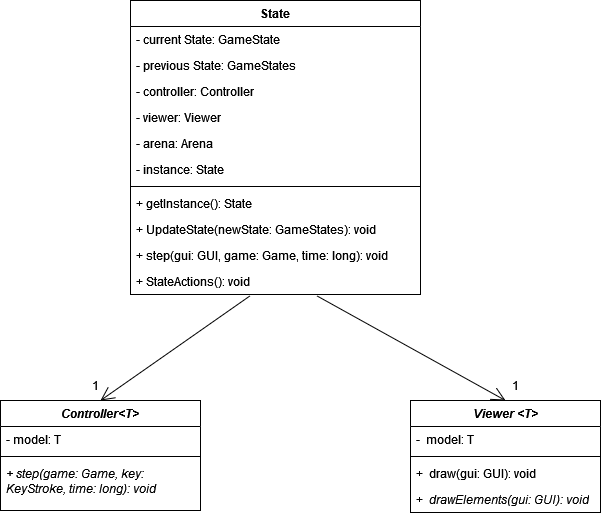
FEUP-LDTS-2023/project-l04gr03 keeps this draw.io diagram as docs/Images_UML/State_Pattern.png. Above is the earlier version. Source tidied: cells renumbered, new cells last; positions are measured from the earlier drawing's top-left corner, leaving out a move shared by most shapes.
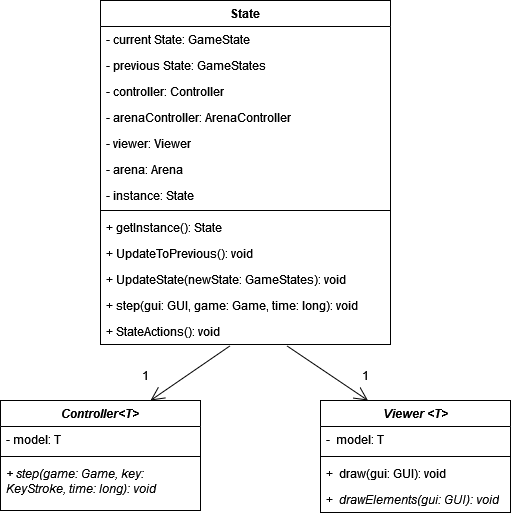
After the commit.

Commit message:
Updating pattern umls for final delivery.

Change to the diagram source:
```diff
@@ -3,7 +3,7 @@
     <mxCell id="0" />
     <mxCell id="1" parent="0" />
     <mxCell id="2" value="State" style="swimlane;fontStyle=1;align=center;verticalAlign=top;horizontal=1;startSize=26;whiteSpace=wrap;html=1;" parent="1" vertex="1">
-      <mxGeometry x="130" width="290" height="294" as="geometry" />
+      <mxGeometry x="130" width="290" height="344" as="geometry" />
     </mxCell>
     <mxCell id="3" value="- current State: GameState&lt;span style=&quot;white-space: pre;&quot;&gt;&#9;&lt;/span&gt;" style="text;strokeColor=none;fillColor=none;align=left;verticalAlign=top;spacingLeft=4;spacingRight=4;overflow=hidden;whiteSpace=wrap;html=1;" parent="2" vertex="1">
       <mxGeometry y="26" width="290" height="26" as="geometry" />
@@ -14,32 +14,38 @@
     <mxCell id="5" value="- controller: Controller" style="text;strokeColor=none;fillColor=none;align=left;verticalAlign=top;spacingLeft=4;spacingRight=4;overflow=hidden;whiteSpace=wrap;html=1;" parent="2" vertex="1">
       <mxGeometry y="78" width="290" height="26" as="geometry" />
     </mxCell>
+    <mxCell id="27" value="- arenaController: ArenaController" style="text;strokeColor=none;fillColor=none;align=left;verticalAlign=top;spacingLeft=4;spacingRight=4;overflow=hidden;whiteSpace=wrap;html=1;" parent="2" vertex="1">
+      <mxGeometry y="104" width="290" height="26" as="geometry" />
+    </mxCell>
     <mxCell id="6" value="- viewer: Viewer" style="text;strokeColor=none;fillColor=none;align=left;verticalAlign=top;spacingLeft=4;spacingRight=4;overflow=hidden;whiteSpace=wrap;html=1;" parent="2" vertex="1">
-      <mxGeometry y="104" width="290" height="26" as="geometry" />
+      <mxGeometry y="130" width="290" height="26" as="geometry" />
     </mxCell>
     <mxCell id="7" value="- arena: Arena" style="text;strokeColor=none;fillColor=none;align=left;verticalAlign=top;spacingLeft=4;spacingRight=4;overflow=hidden;whiteSpace=wrap;html=1;" parent="2" vertex="1">
-      <mxGeometry y="130" width="290" height="26" as="geometry" />
+      <mxGeometry y="156" width="290" height="26" as="geometry" />
     </mxCell>
-    <mxCell id="8" value="- instance: State" style="text;strokeColor=none;fillColor=none;align=left;verticalAlign=top;spacingLeft=4;spacingRight=4;overflow=hidden;whiteSpace=wrap;html=1;" parent="2" vertex="1">
-      <mxGeometry y="156" width="290" height="26" as="geometry" />
+    <mxCell id="8" value="&lt;div&gt;- instance: State&lt;/div&gt;&lt;div&gt;&lt;br&gt;&lt;/div&gt;&lt;div&gt;&lt;br&gt;&lt;/div&gt;" style="text;strokeColor=none;fillColor=none;align=left;verticalAlign=top;spacingLeft=4;spacingRight=4;overflow=hidden;whiteSpace=wrap;html=1;" parent="2" vertex="1">
+      <mxGeometry y="182" width="290" height="24" as="geometry" />
     </mxCell>
     <mxCell id="9" style="line;strokeWidth=1;fillColor=none;align=left;verticalAlign=middle;spacingTop=-1;spacingLeft=3;spacingRight=3;labelPosition=right;strokeColor=inherit;" parent="2" vertex="1">
-      <mxGeometry y="182" width="290" height="8" as="geometry" />
+      <mxGeometry y="206" width="290" height="8" as="geometry" />
     </mxCell>
     <mxCell id="10" value="+ getInstance(): State" style="text;strokeColor=none;fillColor=none;align=left;verticalAlign=top;spacingLeft=4;spacingRight=4;overflow=hidden;whiteSpace=wrap;html=1;" parent="2" vertex="1">
-      <mxGeometry y="190" width="290" height="26" as="geometry" />
+      <mxGeometry y="214" width="290" height="26" as="geometry" />
     </mxCell>
+    <mxCell id="28" value="+ UpdateToPrevious(): void" style="text;strokeColor=none;fillColor=none;align=left;verticalAlign=top;spacingLeft=4;spacingRight=4;overflow=hidden;whiteSpace=wrap;html=1;" parent="2" vertex="1">
+      <mxGeometry y="240" width="290" height="26" as="geometry" />
+    </mxCell>
     <mxCell id="11" value="+ UpdateState(newState: GameStates): void" style="text;strokeColor=none;fillColor=none;align=left;verticalAlign=top;spacingLeft=4;spacingRight=4;overflow=hidden;whiteSpace=wrap;html=1;" parent="2" vertex="1">
-      <mxGeometry y="216" width="290" height="26" as="geometry" />
+      <mxGeometry y="266" width="290" height="26" as="geometry" />
     </mxCell>
     <mxCell id="12" value="+ step(gui: GUI, game: Game, time: long): void" style="text;strokeColor=none;fillColor=none;align=left;verticalAlign=top;spacingLeft=4;spacingRight=4;overflow=hidden;whiteSpace=wrap;html=1;" parent="2" vertex="1">
-      <mxGeometry y="242" width="290" height="26" as="geometry" />
+      <mxGeometry y="292" width="290" height="26" as="geometry" />
     </mxCell>
     <mxCell id="13" value="+ StateActions(): void" style="text;strokeColor=none;fillColor=none;align=left;verticalAlign=top;spacingLeft=4;spacingRight=4;overflow=hidden;points=[[0,0.5],[1,0.5]];portConstraint=eastwest;whiteSpace=wrap;html=1;" parent="2" vertex="1">
-      <mxGeometry y="268" width="290" height="26" as="geometry" />
+      <mxGeometry y="318" width="290" height="26" as="geometry" />
     </mxCell>
     <mxCell id="14" value="&lt;i&gt;Controller&amp;lt;T&amp;gt;&lt;/i&gt;" style="swimlane;fontStyle=1;align=center;verticalAlign=top;horizontal=1;startSize=26;whiteSpace=wrap;html=1;" parent="1" vertex="1">
-      <mxGeometry y="400" width="200" height="110" as="geometry" />
+      <mxGeometry x="30" y="400" width="200" height="110" as="geometry" />
     </mxCell>
     <mxCell id="15" value="- model: T" style="text;strokeColor=none;fillColor=none;align=left;verticalAlign=top;spacingLeft=4;spacingRight=4;overflow=hidden;whiteSpace=wrap;html=1;" parent="14" vertex="1">
       <mxGeometry y="26" width="200" height="26" as="geometry" />
@@ -51,7 +57,7 @@
       <mxGeometry y="60" width="200" height="50" as="geometry" />
     </mxCell>
     <mxCell id="18" value="&lt;i&gt;Viewer &amp;lt;T&amp;gt;&lt;/i&gt;" style="swimlane;fontStyle=1;align=center;verticalAlign=top;horizontal=1;startSize=26;whiteSpace=wrap;html=1;" parent="1" vertex="1">
-      <mxGeometry x="410" y="400" width="190" height="112" as="geometry" />
+      <mxGeometry x="350" y="400" width="190" height="112" as="geometry" />
     </mxCell>
     <mxCell id="19" value="-&amp;nbsp; model: T" style="text;strokeColor=none;fillColor=none;align=left;verticalAlign=top;spacingLeft=4;spacingRight=4;overflow=hidden;whiteSpace=wrap;html=1;" parent="18" vertex="1">
       <mxGeometry y="26" width="190" height="26" as="geometry" />
@@ -65,17 +71,19 @@
     <mxCell id="22" value="+&amp;nbsp; &lt;i&gt;drawElements(gui: GUI): void&lt;/i&gt;" style="text;strokeColor=none;fillColor=none;align=left;verticalAlign=top;spacingLeft=4;spacingRight=4;overflow=hidden;whiteSpace=wrap;html=1;" parent="18" vertex="1">
       <mxGeometry y="86" width="190" height="26" as="geometry" />
     </mxCell>
-    <mxCell id="23" style="endArrow=open;endFill=1;endSize=12;html=1;rounded=0;exitX=0.412;exitY=1.054;exitDx=0;exitDy=0;exitPerimeter=0;entryX=0.5;entryY=0;entryDx=0;entryDy=0;" parent="1" edge="1" source="13" target="14">
-      <mxGeometry relative="1" as="geometry" />
+    <mxCell id="23" style="endArrow=open;endFill=1;endSize=12;html=1;rounded=0;exitX=0.412;exitY=1.054;exitDx=0;exitDy=0;exitPerimeter=0;entryX=0.75;entryY=0;entryDx=0;entryDy=0;" parent="1" edge="1" target="14">
+      <mxGeometry relative="1" as="geometry">
+        <mxPoint x="259.5" y="345.4" as="sourcePoint" />
+      </mxGeometry>
     </mxCell>
     <mxCell id="24" value="1" style="text;html=1;align=center;verticalAlign=middle;strokeColor=none;fillColor=none;" parent="1" vertex="1">
-      <mxGeometry x="80" y="370" width="30" height="30" as="geometry" />
+      <mxGeometry x="160" y="360" width="30" height="30" as="geometry" />
     </mxCell>
-    <mxCell id="25" style="endArrow=open;endFill=1;endSize=12;html=1;rounded=0;entryX=0.5;entryY=0;entryDx=0;entryDy=0;exitX=0.643;exitY=1.054;exitDx=0;exitDy=0;exitPerimeter=0;" parent="1" edge="1" source="13" target="18">
+    <mxCell id="25" style="endArrow=open;endFill=1;endSize=12;html=1;rounded=0;exitX=0.643;exitY=1.054;exitDx=0;exitDy=0;exitPerimeter=0;entryX=0.25;entryY=0;entryDx=0;entryDy=0;" parent="1" edge="1" source="13" target="18">
       <mxGeometry relative="1" as="geometry" />
     </mxCell>
     <mxCell id="26" value="1" style="text;html=1;align=center;verticalAlign=middle;strokeColor=none;fillColor=none;" parent="1" vertex="1">
-      <mxGeometry x="500" y="370" width="30" height="30" as="geometry" />
+      <mxGeometry x="380" y="360" width="30" height="30" as="geometry" />
     </mxCell>
   </root>
 </mxGraphModel>
```
